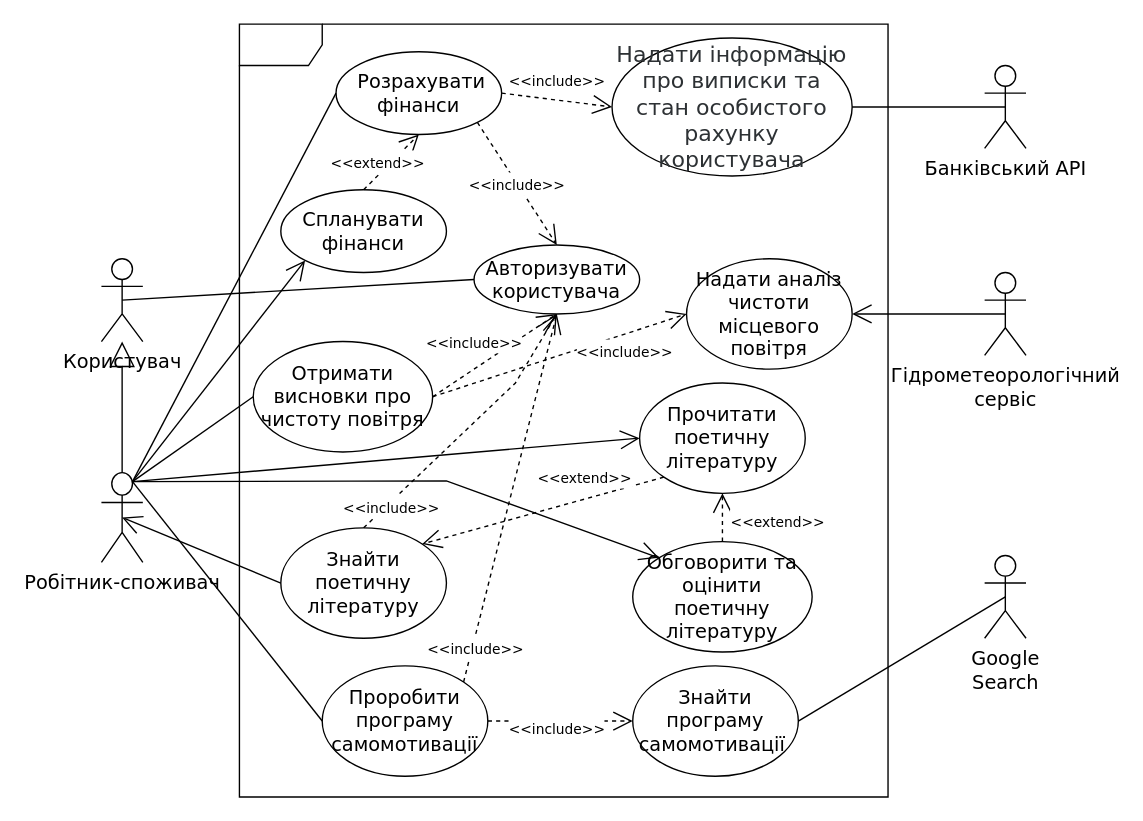
Above: 1.3-SoftwareUserRequirements/1.3.3-UseCaseDiagram/UML-diagram-XML.drawio in oleksandrblazhko/ai202-kovach (draw.io), before the change. Source tidied: cells renumbered, new cells numbered last; positions are measured from the earlier drawing's top-left corner, leaving out a move shared by most shapes. Both pictures are drawn from the tidied source at 138%, with x=0, y=0 at pixel (101, 23).
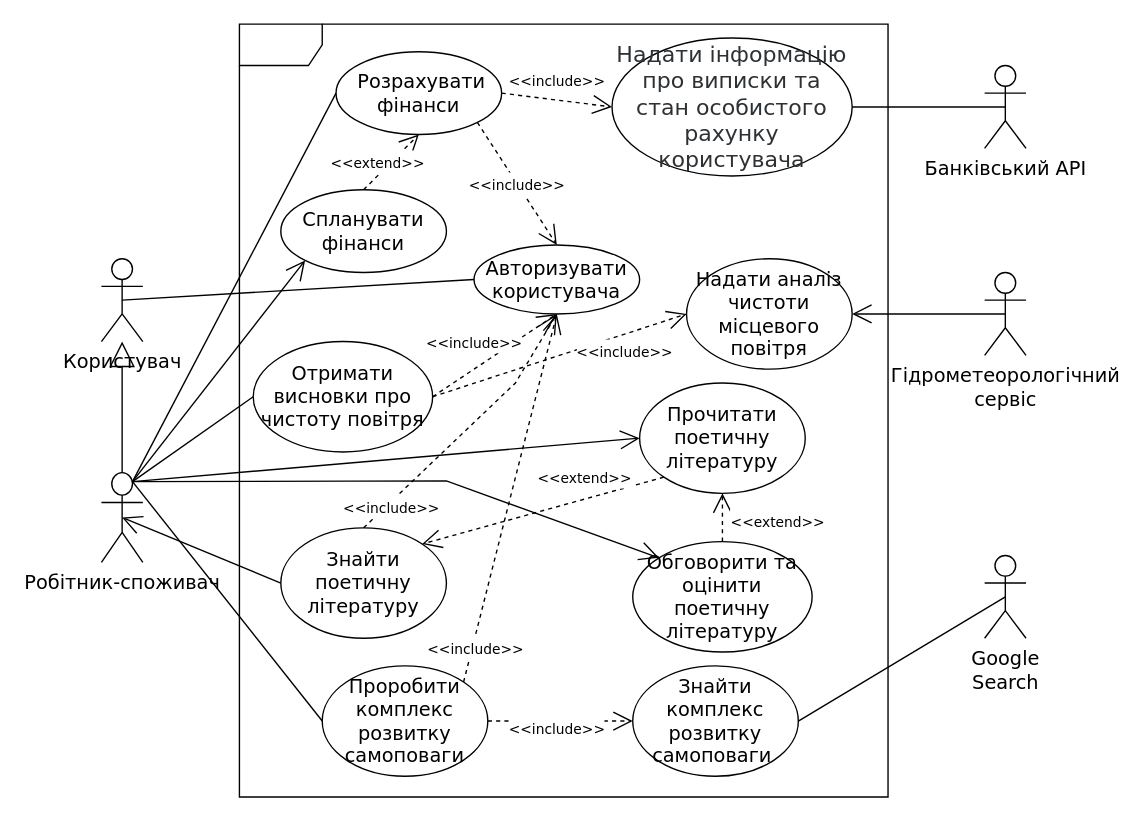
Above is the later version.

Commit message (it also covers changes not shown here):
UML upd

The edit, as a diff of the source:
```diff
@@
-    <mxCell id="15" value="Проробити програму&lt;br&gt;самомотивації" style="ellipse;whiteSpace=wrap;html=1;fontFamily=Verdana;fontSize=14;" parent="1" vertex="1">
+    <mxCell id="15" value="Проробити комплекс розвитку самоповаги" style="ellipse;whiteSpace=wrap;html=1;fontFamily=Verdana;fontSize=14;" parent="1" vertex="1">
       <mxGeometry x="160" y="465" width="120" height="80" as="geometry" />
     </mxCell>
@@
-    <mxCell id="38" value="Знайти програму самомотивації&amp;nbsp;" style="ellipse;whiteSpace=wrap;html=1;fontFamily=Verdana;fontSize=14;" parent="1" vertex="1">
+    <mxCell id="38" value="Знайти комплекс розвитку самоповаги&amp;nbsp;" style="ellipse;whiteSpace=wrap;html=1;fontFamily=Verdana;fontSize=14;" parent="1" vertex="1">
       <mxGeometry x="385" y="465" width="120" height="80" as="geometry" />
     </mxCell>
```
